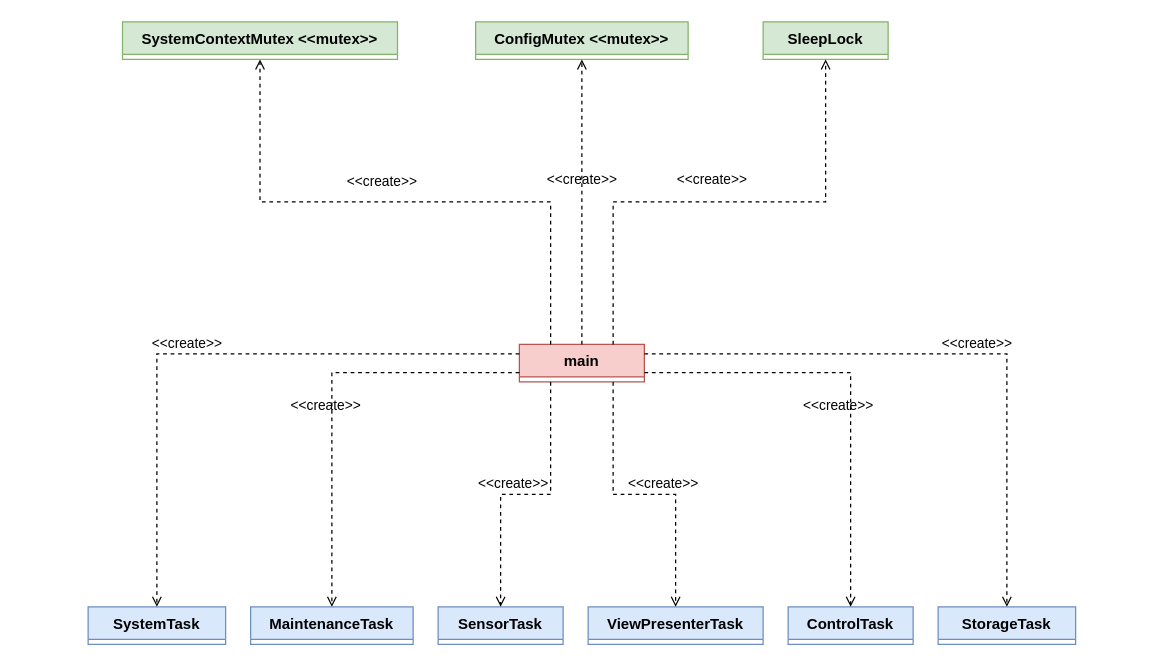
The draw.io diagram page "main" (1 of 6) of software/diagrams/mt-rt-sw-design.drawio in MiraTherm/miratherm-radiator-thermostat-documentation, before the edit. Source tidied: cells renumbered, new cells numbered last; positions are measured from the earlier drawing's top-left corner, leaving out a move shared by most shapes. Both pictures are drawn from the tidied source at 125%, with x=0, y=0 at pixel (88, 21).
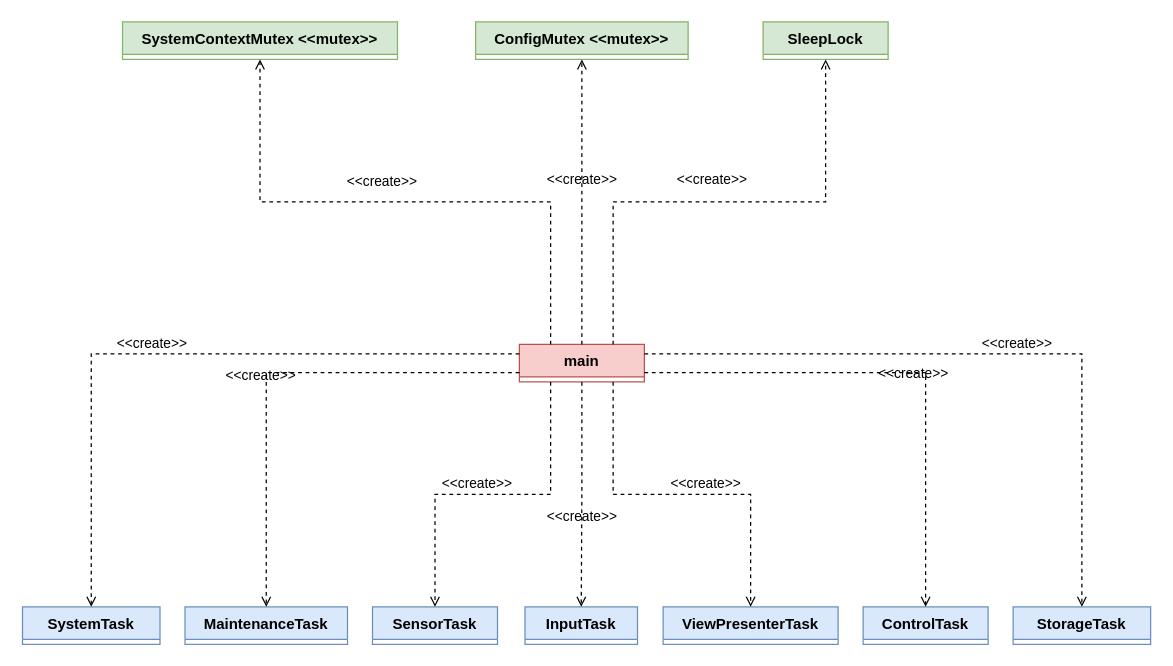
Above is the later version.

Commit message (it also covers changes not shown here):
:memo: Remove redundant class details, add InputTask to main page

The change refers to these unchanged cells:
```xml
<mxCell id="7" value="main" style="swimlane;fontStyle=1;horizontal=1;startSize=26;fillColor=#f8cecc;strokeColor=#b85450;" parent="1" vertex="1" collapsed="1">
  <mxGeometry x="345" y="258" width="100" height="30" as="geometry" />
</mxCell>
```

The edit, as a diff of the source:
```diff
@@
     <mxCell id="2" value="ViewPresenterTask" style="swimlane;fontStyle=1;horizontal=1;startSize=26;fillColor=#dae8fc;strokeColor=#6c8ebf;" parent="1" vertex="1" collapsed="1">
-      <mxGeometry x="400" y="468" width="140" height="30" as="geometry" />
+      <mxGeometry x="460" y="468" width="140" height="30" as="geometry" />
     </mxCell>
     <mxCell id="3" value="MaintenanceTask" style="swimlane;fontStyle=1;horizontal=1;startSize=26;fillColor=#dae8fc;strokeColor=#6c8ebf;" parent="1" vertex="1" collapsed="1">
-      <mxGeometry x="130" y="468" width="130" height="30" as="geometry" />
+      <mxGeometry x="77.5" y="468" width="130" height="30" as="geometry" />
     </mxCell>
     <mxCell id="4" value="StorageTask" style="swimlane;fontStyle=1;horizontal=1;startSize=26;fillColor=#dae8fc;strokeColor=#6c8ebf;" parent="1" vertex="1" collapsed="1">
-      <mxGeometry x="680" y="468" width="110" height="30" as="geometry" />
+      <mxGeometry x="740" y="468" width="110" height="30" as="geometry" />
     </mxCell>
     <mxCell id="5" value="SensorTask" style="swimlane;fontStyle=1;horizontal=1;startSize=26;fillColor=#dae8fc;strokeColor=#6c8ebf;" parent="1" vertex="1" collapsed="1">
-      <mxGeometry x="280" y="468" width="100" height="30" as="geometry" />
+      <mxGeometry x="227.5" y="468" width="100" height="30" as="geometry" />
     </mxCell>
     <mxCell id="6" value="ControlTask" style="swimlane;fontStyle=1;horizontal=1;startSize=26;fillColor=#dae8fc;strokeColor=#6c8ebf;" parent="1" vertex="1" collapsed="1">
-      <mxGeometry x="560" y="468" width="100" height="30" as="geometry" />
+      <mxGeometry x="620" y="468" width="100" height="30" as="geometry" />
     </mxCell>
@@
     <mxCell id="8" value="SystemTask" style="swimlane;fontStyle=1;horizontal=1;startSize=26;fillColor=#dae8fc;strokeColor=#6c8ebf;" parent="1" vertex="1" collapsed="1">
-      <mxGeometry y="468" width="110" height="30" as="geometry" />
+      <mxGeometry x="-52.5" y="468" width="110" height="30" as="geometry" />
     </mxCell>
@@
+    <mxCell id="30" value="InputTask" style="swimlane;fontStyle=1;horizontal=1;startSize=26;fillColor=#dae8fc;strokeColor=#6c8ebf;" parent="1" vertex="1" collapsed="1">
+      <mxGeometry x="349.5" y="468" width="90" height="30" as="geometry" />
+    </mxCell>
+    <mxCell id="31" value="&amp;lt;&amp;lt;create&amp;gt;&amp;gt;" style="endArrow=open;html=1;rounded=0;align=center;verticalAlign=bottom;dashed=1;endFill=0;labelBackgroundColor=none;edgeStyle=orthogonalEdgeStyle;exitX=0.5;exitY=1;exitDx=0;exitDy=0;entryX=0.5;entryY=0;entryDx=0;entryDy=0;startArrow=none;startFill=0;" parent="1" edge="1" source="7" target="30">
+      <mxGeometry x="0.3" relative="1" as="geometry" />
+    </mxCell>
+    <mxCell id="32" style="html=1;align=center;verticalAlign=top;labelBackgroundColor=none;" parent="31" vertex="1">
+      <mxGeometry relative="1" as="geometry" />
+    </mxCell>
```
